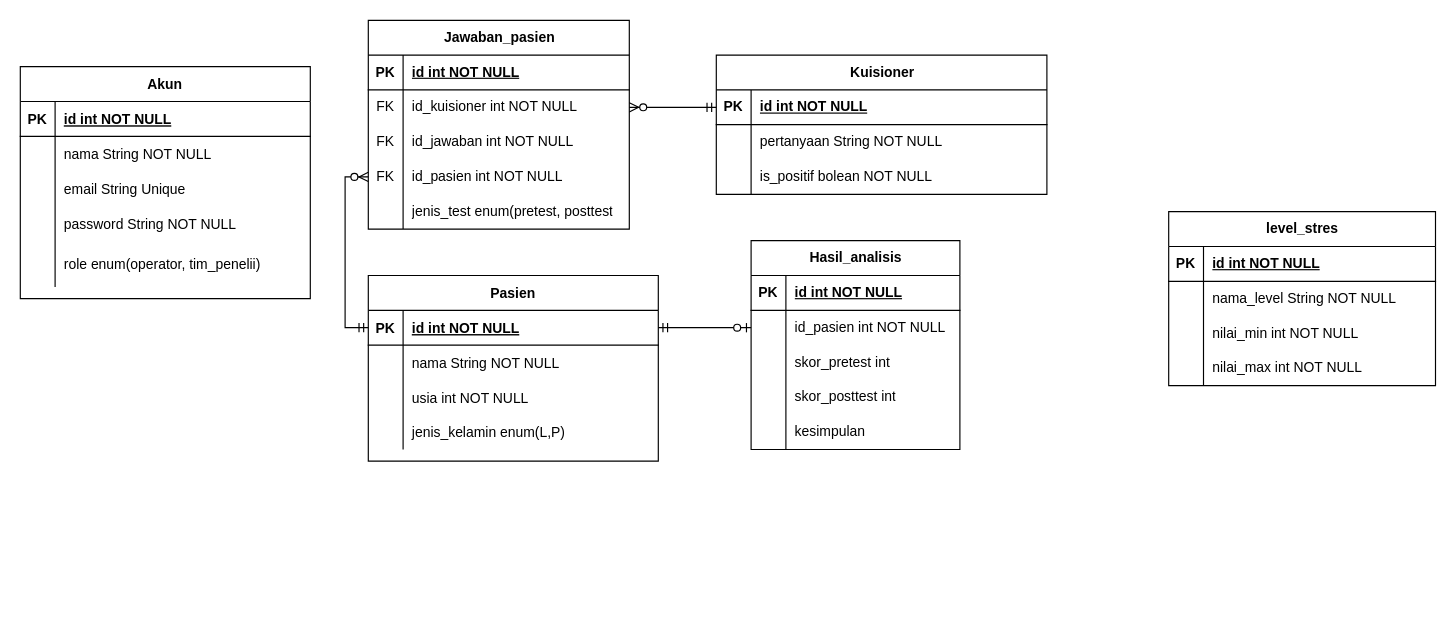
This is Untitled Diagram.drawio from zzarr/Tugas-Akhir, a draw.io file, before an edit. Source tidied: cells renumbered, new cells numbered last; positions are measured from the earlier drawing's top-left corner, leaving out a move shared by most shapes. Both pictures are drawn from the tidied source at 116%, with x=0, y=0 at pixel (20, 20).
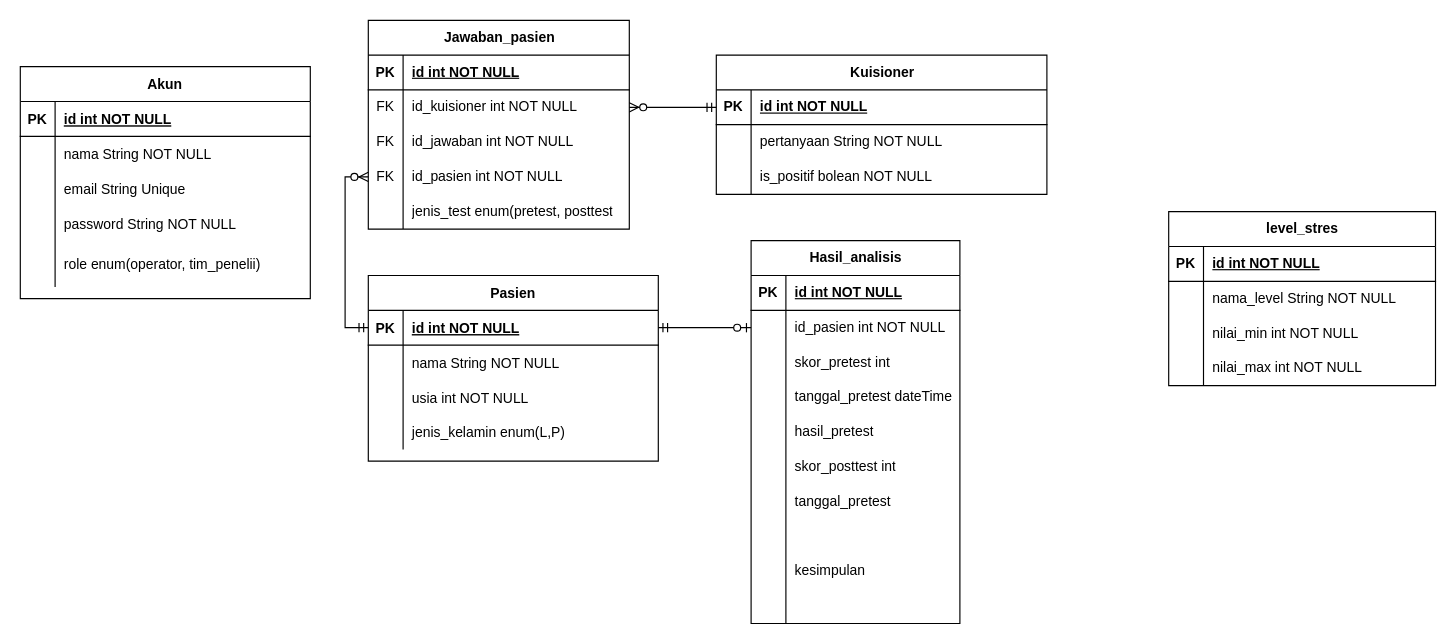
The same diagram, later.

The edit, as a diff of the source:
```diff
@@
     <mxCell id="58" value="Hasil_analisis" style="shape=table;startSize=30;childLayout=tableLayout;rowLines=0;fontStyle=1;align=center;html=1;" parent="1" vertex="1">
-      <mxGeometry x="630" y="190" width="180" height="180" as="geometry" />
+      <mxGeometry x="630" y="190" width="180" height="330" as="geometry" />
     </mxCell>
@@
+    <mxCell id="89" style="shape=tableRow;horizontal=0;startSize=0;swimlaneHead=0;swimlaneBody=0;fillColor=none;top=0;left=0;right=0;bottom=0;" parent="58" vertex="1">
+      <mxGeometry y="120" width="180" height="30" as="geometry" />
+    </mxCell>
+    <mxCell id="90" style="shape=partialRectangle;fillColor=none;top=0;left=0;bottom=0;right=0;overflow=hidden;whiteSpace=wrap;html=1;" parent="89" vertex="1">
+      <mxGeometry width="30" height="30" as="geometry" />
+    </mxCell>
+    <mxCell id="91" value="tanggal_pretest dateTime" style="shape=partialRectangle;fillColor=none;top=0;left=0;bottom=0;right=0;align=left;spacingLeft=6;overflow=hidden;whiteSpace=wrap;html=1;" parent="89" vertex="1">
+      <mxGeometry x="30" width="150" height="30" as="geometry" />
+    </mxCell>
+    <mxCell id="92" style="shape=tableRow;horizontal=0;startSize=0;swimlaneHead=0;swimlaneBody=0;fillColor=none;top=0;left=0;right=0;bottom=0;" parent="58" vertex="1">
+      <mxGeometry y="150" width="180" height="30" as="geometry" />
+    </mxCell>
+    <mxCell id="93" style="shape=partialRectangle;fillColor=none;top=0;left=0;bottom=0;right=0;overflow=hidden;whiteSpace=wrap;html=1;" parent="92" vertex="1">
+      <mxGeometry width="30" height="30" as="geometry" />
+    </mxCell>
+    <mxCell id="94" value="hasil_pretest" style="shape=partialRectangle;fillColor=none;top=0;left=0;bottom=0;right=0;align=left;spacingLeft=6;overflow=hidden;whiteSpace=wrap;html=1;" parent="92" vertex="1">
+      <mxGeometry x="30" width="150" height="30" as="geometry" />
+    </mxCell>
     <mxCell id="68" style="shape=tableRow;horizontal=0;startSize=0;swimlaneHead=0;swimlaneBody=0;fillColor=none;top=0;left=0;right=0;bottom=0;" parent="58" vertex="1">
-      <mxGeometry y="120" width="180" height="30" as="geometry" />
+      <mxGeometry y="180" width="180" height="30" as="geometry" />
     </mxCell>
@@
+    <mxCell id="95" style="shape=tableRow;horizontal=0;startSize=0;swimlaneHead=0;swimlaneBody=0;fillColor=none;top=0;left=0;right=0;bottom=0;" parent="58" vertex="1">
+      <mxGeometry y="210" width="180" height="30" as="geometry" />
+    </mxCell>
+    <mxCell id="96" style="shape=partialRectangle;fillColor=none;top=0;left=0;bottom=0;right=0;overflow=hidden;whiteSpace=wrap;html=1;" parent="95" vertex="1">
+      <mxGeometry width="30" height="30" as="geometry" />
+    </mxCell>
+    <mxCell id="97" value="tanggal_pretest" style="shape=partialRectangle;fillColor=none;top=0;left=0;bottom=0;right=0;align=left;spacingLeft=6;overflow=hidden;whiteSpace=wrap;html=1;" parent="95" vertex="1">
+      <mxGeometry x="30" width="150" height="30" as="geometry" />
+    </mxCell>
+    <mxCell id="98" style="shape=tableRow;horizontal=0;startSize=0;swimlaneHead=0;swimlaneBody=0;fillColor=none;top=0;left=0;right=0;bottom=0;" parent="58" vertex="1">
+      <mxGeometry y="240" width="180" height="30" as="geometry" />
+    </mxCell>
+    <mxCell id="99" style="shape=partialRectangle;fillColor=none;top=0;left=0;bottom=0;right=0;overflow=hidden;whiteSpace=wrap;html=1;" parent="98" vertex="1">
+      <mxGeometry width="30" height="30" as="geometry" />
+    </mxCell>
+    <mxCell id="100" style="shape=partialRectangle;fillColor=none;top=0;left=0;bottom=0;right=0;align=left;spacingLeft=6;overflow=hidden;whiteSpace=wrap;html=1;" parent="98" vertex="1">
+      <mxGeometry x="30" width="150" height="30" as="geometry" />
+    </mxCell>
     <mxCell id="71" style="shape=tableRow;horizontal=0;startSize=0;swimlaneHead=0;swimlaneBody=0;fillColor=none;top=0;left=0;right=0;bottom=0;" parent="58" vertex="1">
-      <mxGeometry y="150" width="180" height="30" as="geometry" />
+      <mxGeometry y="270" width="180" height="30" as="geometry" />
     </mxCell>
@@
+    <mxCell id="101" style="shape=tableRow;horizontal=0;startSize=0;swimlaneHead=0;swimlaneBody=0;fillColor=none;top=0;left=0;right=0;bottom=0;" parent="58" vertex="1">
+      <mxGeometry y="300" width="180" height="30" as="geometry" />
+    </mxCell>
+    <mxCell id="102" style="shape=partialRectangle;fillColor=none;top=0;left=0;bottom=0;right=0;overflow=hidden;whiteSpace=wrap;html=1;" parent="101" vertex="1">
+      <mxGeometry width="30" height="30" as="geometry" />
+    </mxCell>
+    <mxCell id="103" style="shape=partialRectangle;fillColor=none;top=0;left=0;bottom=0;right=0;align=left;spacingLeft=6;overflow=hidden;whiteSpace=wrap;html=1;" parent="101" vertex="1">
+      <mxGeometry x="30" width="150" height="30" as="geometry" />
+    </mxCell>
```
